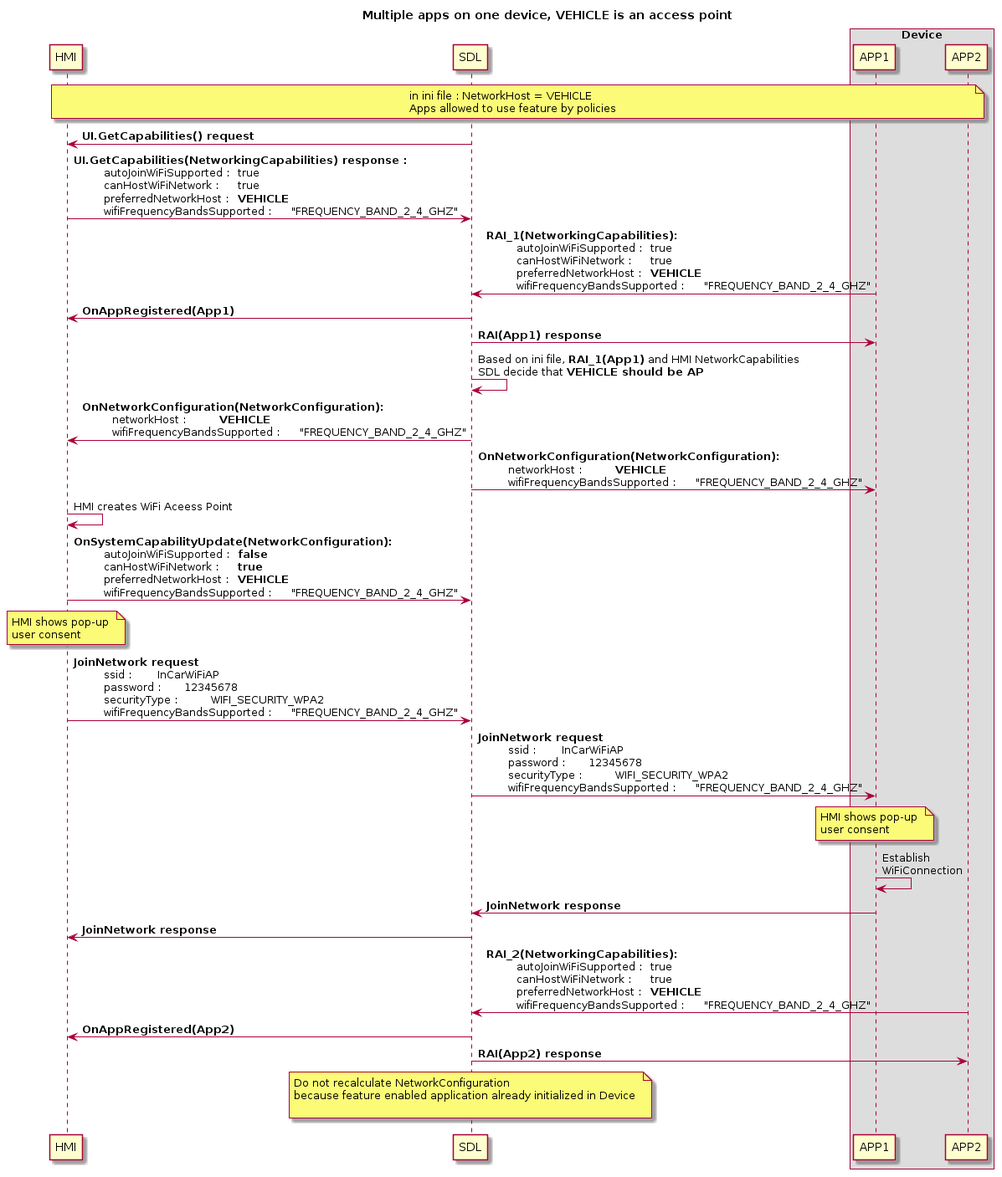
smartdevicelink/sdl_evolution keeps this PlantUML diagram as assets/proposals/0245-sharing-wifi-ssid-and-password/vehicle_access_point_multiapps.png. Above is the earlier version. Its diagram source:
```plantuml
@startuml
!pragma teoz true


title Multiple apps on one device, VEHICLE is an access point
participant HMI
participant SDL
box "Device"
participant APP1
participant APP2
end box

note over HMI, APP2: in ini file : NetworkHost = VEHICLE \nApps allowed to use feature by policies

SDL -> HMI : <b>UI.GetCapabilities() request
HMI -> SDL : <b>UI.GetCapabilities(NetworkingCapabilities) response : \n\t autoJoinWiFiSupported : \t true \n\t canHostWiFiNetwork : \t true \n\t preferredNetworkHost : \t **VEHICLE** \n\t wifiFrequencyBandsSupported : \t "FREQUENCY_BAND_2_4_GHZ"


APP1 -> SDL : <b>RAI_1(NetworkingCapabilities): \n\t autoJoinWiFiSupported : \t true \n\t canHostWiFiNetwork : \t true \n\t preferredNetworkHost : \t **VEHICLE** \n\t wifiFrequencyBandsSupported : \t "FREQUENCY_BAND_2_4_GHZ"

SDL -> HMI : <b>OnAppRegistered(App1)
SDL -> APP1 : <b>RAI(App1) response

SDL -> SDL : Based on ini file, **RAI_1(App1)** and HMI NetworkCapabilities\nSDL decide that **VEHICLE should be AP**

SDL -> HMI:  <b>OnNetworkConfiguration(NetworkConfiguration): \n\t networkHost : \t **VEHICLE** \n\t wifiFrequencyBandsSupported : \t "FREQUENCY_BAND_2_4_GHZ"

SDL -> APP1:  <b>OnNetworkConfiguration(NetworkConfiguration): \n\t networkHost : \t **VEHICLE** \n\t wifiFrequencyBandsSupported : \t "FREQUENCY_BAND_2_4_GHZ"


HMI -> HMI : HMI creates WiFi Aceess Point

HMI -> SDL:  <b>OnSystemCapabilityUpdate(NetworkConfiguration): \n\t autoJoinWiFiSupported : \t **false** \n\t canHostWiFiNetwork : \t **true**  \n\t preferredNetworkHost : \t **VEHICLE** \n\t wifiFrequencyBandsSupported : \t "FREQUENCY_BAND_2_4_GHZ"

note over HMI: HMI shows pop-up \nuser consent

HMI -> SDL: <b>JoinNetwork request \n\t ssid : \t InCarWiFiAP \n\t password : \t 12345678 \n\t securityType : \t WIFI_SECURITY_WPA2 \n\t wifiFrequencyBandsSupported : \t "FREQUENCY_BAND_2_4_GHZ"

SDL -> APP1: <b>JoinNetwork request \n\t ssid : \t InCarWiFiAP \n\t password : \t 12345678 \n\t securityType : \t WIFI_SECURITY_WPA2 \n\t wifiFrequencyBandsSupported : \t "FREQUENCY_BAND_2_4_GHZ"

note over APP1: HMI shows pop-up \nuser consent

APP1 -> APP1 : Establish  \nWiFiConnection

APP1 -> SDL : <b>JoinNetwork response
SDL -> HMI : <b>JoinNetwork response

APP2 -> SDL : <b>RAI_2(NetworkingCapabilities): \n\t autoJoinWiFiSupported : \t true \n\t canHostWiFiNetwork : \t true \n\t preferredNetworkHost : \t **VEHICLE** \n\t wifiFrequencyBandsSupported : \t "FREQUENCY_BAND_2_4_GHZ"


SDL -> HMI : <b>OnAppRegistered(App2)
SDL -> APP2 : <b>RAI(App2) response

note over SDL : Do not recalculate NetworkConfiguration \nbecause feature enabled application already initialized in Device \n
@enduml
```
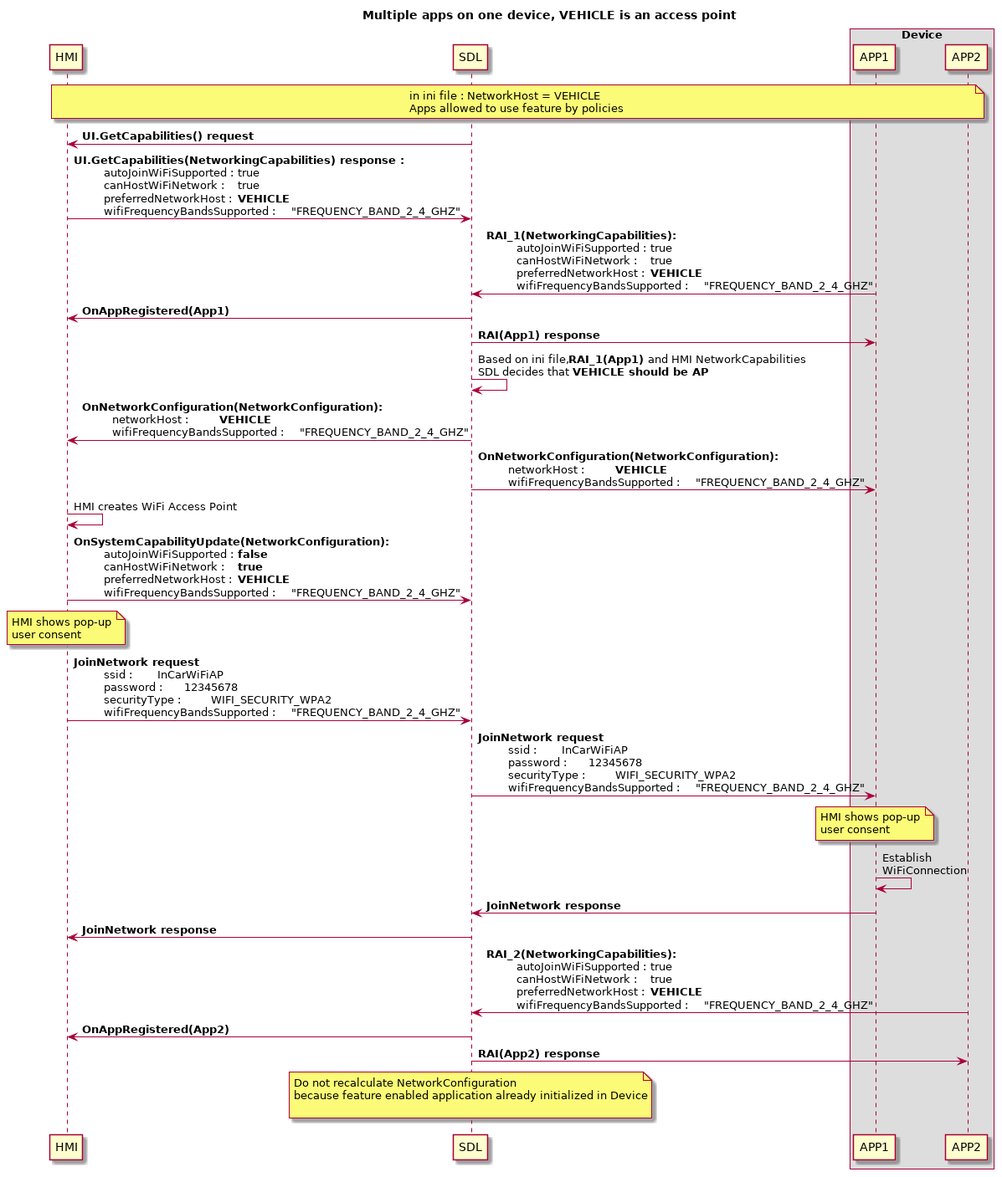
Later version of the same file.

Change to the diagram source:
```diff
@@ -21,14 +21,14 @@
 SDL -> HMI : <b>OnAppRegistered(App1)
 SDL -> APP1 : <b>RAI(App1) response
 
-SDL -> SDL : Based on ini file, **RAI_1(App1)** and HMI NetworkCapabilities\nSDL decide that **VEHICLE should be AP**
+SDL -> SDL : Based on ini file, **RAI_1(App1)** and HMI NetworkCapabilities\nSDL decides that **VEHICLE should be AP**
 
 SDL -> HMI:  <b>OnNetworkConfiguration(NetworkConfiguration): \n\t networkHost : \t **VEHICLE** \n\t wifiFrequencyBandsSupported : \t "FREQUENCY_BAND_2_4_GHZ"
 
 SDL -> APP1:  <b>OnNetworkConfiguration(NetworkConfiguration): \n\t networkHost : \t **VEHICLE** \n\t wifiFrequencyBandsSupported : \t "FREQUENCY_BAND_2_4_GHZ"
 
 
-HMI -> HMI : HMI creates WiFi Aceess Point
+HMI -> HMI : HMI creates WiFi Access Point
 
 HMI -> SDL:  <b>OnSystemCapabilityUpdate(NetworkConfiguration): \n\t autoJoinWiFiSupported : \t **false** \n\t canHostWiFiNetwork : \t **true**  \n\t preferredNetworkHost : \t **VEHICLE** \n\t wifiFrequencyBandsSupported : \t "FREQUENCY_BAND_2_4_GHZ"
 
```
